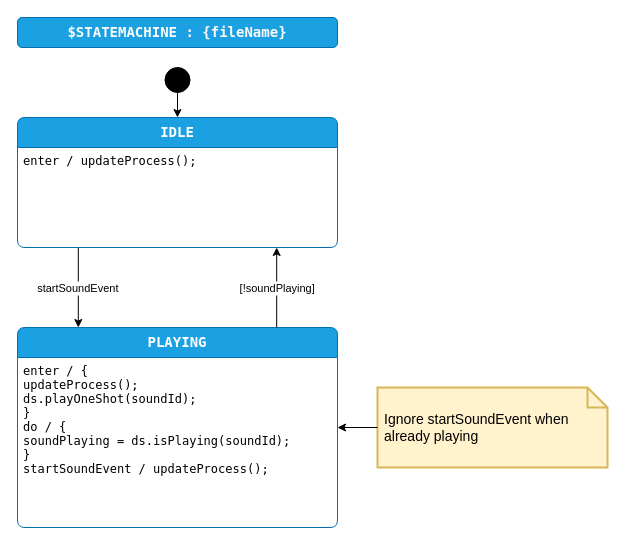
Earlier version of the draw.io diagram page "design" (1 of 3) of ss/Sm_Sound_Generated.drawio (mp-deboer/LegoTank). Source tidied: cells renumbered, new cells numbered last; positions are measured from the earlier drawing's top-left corner, leaving out a move shared by most shapes. Both pictures are drawn from the tidied source at 100%, with x=0, y=0 at pixel (17, 17).
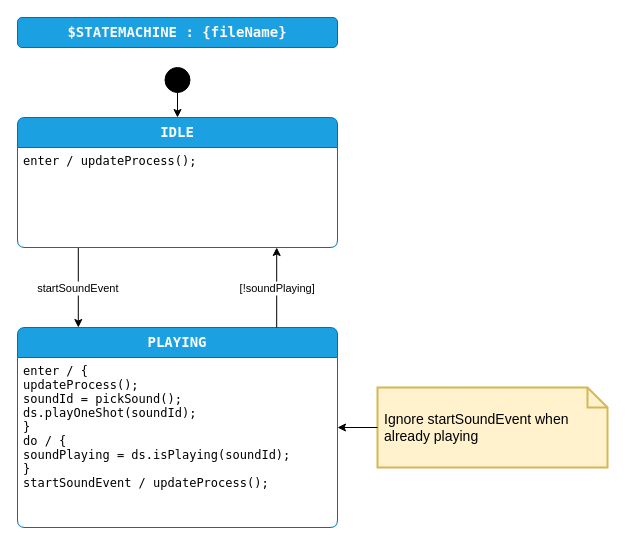
After the change.

Diff of the diagram source:
```diff
@@
 <mxGraphModel>
   <root>
     <mxCell id="0" />
     <mxCell id="1" parent="0" />
     <mxCell id="2" style="rounded=0;jettySize=auto;exitX=0.5;exitY=1;exitDx=0;exitDy=0;" parent="1" edge="1" source="3" target="5">
       <mxGeometry relative="1" as="geometry" />
     </mxCell>
     <mxCell id="3" value="$initial_state" style="shape=ellipse;fillColor=#000000;noLabel=1;" parent="1" vertex="1">
       <mxGeometry x="147.5" y="50" width="25" height="25" as="geometry" />
     </mxCell>
     <mxCell id="4" value="startSoundEvent" style="edgeStyle=orthogonalEdgeStyle;rounded=0;jettySize=auto;exitX=0.19;exitY=1;exitDx=0;exitDy=0;exitPerimeter=0;entryX=0.19;entryY=0;entryDx=0;entryDy=0;entryPerimeter=0;" parent="1" edge="1" source="5" target="7">
       <mxGeometry relative="1" as="geometry" />
     </mxCell>
     <mxCell id="5" value="IDLE" style="shape=swimlane;align=center;verticalAlign=top;fontFamily=Lucida Console;startSize=30;fontSize=14;fontStyle=1;fontColor=#ffffff;fillColor=#1ba1e2;swimlaneFillColor=default;rounded=1;arcSize=15;absoluteArcSize=1;points=[[0,0,0,0,0],[0,0.06,0,0,0],[0,0.13,0,0,0],[0,0.19,0,0,0],[0,0.25,0,0,0],[0,0.31,0,0,0],[0,0.38,0,0,0],[0,0.44,0,0,0],[0,0.5,0,0,0],[0,0.56,0,0,0],[0,0.63,0,0,0],[0,0.69,0,0,0],[0,0.75,0,0,0],[0,0.81,0,0,0],[0,0.88,0,0,0],[0,0.94,0,0,0],[0,1,0,0,0],[0.06,0,0,0,0],[0.06,1,0,0,0],[0.13,0,0,0,0],[0.13,1,0,0,0],[0.19,0,0,0,0],[0.19,1,0,0,0],[0.25,0,0,0,0],[0.25,1,0,0,0],[0.31,0,0,0,0],[0.31,1,0,0,0],[0.38,0,0,0,0],[0.38,1,0,0,0],[0.44,0,0,0,0],[0.44,1,0,0,0],[0.5,0,0,0,0],[0.5,1,0,0,0],[0.56,0,0,0,0],[0.56,1,0,0,0],[0.63,0,0,0,0],[0.63,1,0,0,0],[0.69,0,0,0,0],[0.69,1,0,0,0],[0.75,0,0,0,0],[0.75,1,0,0,0],[0.81,0,0,0,0],[0.81,1,0,0,0],[0.88,0,0,0,0],[0.88,1,0,0,0],[0.94,0,0,0,0],[0.94,1,0,0,0],[1,0,0,0,0],[1,0.06,0,0,0],[1,0.13,0,0,0],[1,0.19,0,0,0],[1,0.25,0,0,0],[1,0.31,0,0,0],[1,0.38,0,0,0],[1,0.44,0,0,0],[1,0.5,0,0,0],[1,0.56,0,0,0],[1,0.63,0,0,0],[1,0.69,0,0,0],[1,0.75,0,0,0],[1,0.81,0,0,0],[1,0.88,0,0,0],[1,0.94,0,0,0],[1,1,0,0,0]];strokeColor=#006EAF;" parent="1" vertex="1">
       <mxGeometry y="100" width="320" height="130" as="geometry" />
     </mxCell>
     <mxCell id="6" value="enter / updateProcess();" style="fontFamily=Lucida Console;align=left;verticalAlign=top;fillColor=none;gradientColor=none;strokeColor=none;rounded=0;spacingLeft=4;" parent="5" vertex="1">
       <mxGeometry y="30" width="200" height="30" as="geometry" />
     </mxCell>
     <mxCell id="7" value="PLAYING" style="shape=swimlane;align=center;verticalAlign=top;fontFamily=Lucida Console;startSize=30;fontSize=14;fontStyle=1;fontColor=#ffffff;fillColor=#1ba1e2;swimlaneFillColor=default;rounded=1;arcSize=15;absoluteArcSize=1;points=[[0,0,0,0,0],[0,0.06,0,0,0],[0,0.13,0,0,0],[0,0.19,0,0,0],[0,0.25,0,0,0],[0,0.31,0,0,0],[0,0.38,0,0,0],[0,0.44,0,0,0],[0,0.5,0,0,0],[0,0.56,0,0,0],[0,0.63,0,0,0],[0,0.69,0,0,0],[0,0.75,0,0,0],[0,0.81,0,0,0],[0,0.88,0,0,0],[0,0.94,0,0,0],[0,1,0,0,0],[0.06,0,0,0,0],[0.06,1,0,0,0],[0.13,0,0,0,0],[0.13,1,0,0,0],[0.19,0,0,0,0],[0.19,1,0,0,0],[0.25,0,0,0,0],[0.25,1,0,0,0],[0.31,0,0,0,0],[0.31,1,0,0,0],[0.38,0,0,0,0],[0.38,1,0,0,0],[0.44,0,0,0,0],[0.44,1,0,0,0],[0.5,0,0,0,0],[0.5,1,0,0,0],[0.56,0,0,0,0],[0.56,1,0,0,0],[0.63,0,0,0,0],[0.63,1,0,0,0],[0.69,0,0,0,0],[0.69,1,0,0,0],[0.75,0,0,0,0],[0.75,1,0,0,0],[0.81,0,0,0,0],[0.81,1,0,0,0],[0.88,0,0,0,0],[0.88,1,0,0,0],[0.94,0,0,0,0],[0.94,1,0,0,0],[1,0,0,0,0],[1,0.06,0,0,0],[1,0.13,0,0,0],[1,0.19,0,0,0],[1,0.25,0,0,0],[1,0.31,0,0,0],[1,0.38,0,0,0],[1,0.44,0,0,0],[1,0.5,0,0,0],[1,0.56,0,0,0],[1,0.63,0,0,0],[1,0.69,0,0,0],[1,0.75,0,0,0],[1,0.81,0,0,0],[1,0.88,0,0,0],[1,0.94,0,0,0],[1,1,0,0,0]];strokeColor=#006EAF;" parent="1" vertex="1">
       <mxGeometry y="310" width="320" height="200" as="geometry" />
     </mxCell>
-    <mxCell id="8" value="enter / {&#10;updateProcess();&#10;ds.playOneShot(soundId);&#10;}&#10;do / {&#10;soundPlaying = ds.isPlaying(soundId);&#10;}&#10;startSoundEvent / updateProcess();" style="fontFamily=Lucida Console;align=left;verticalAlign=top;fillColor=none;gradientColor=none;strokeColor=none;rounded=0;spacingLeft=4;" parent="7" vertex="1">
-      <mxGeometry y="30" width="290" height="130" as="geometry" />
+    <mxCell id="8" value="enter / {&#10;updateProcess();&#10;soundId = pickSound();&#10;ds.playOneShot(soundId);&#10;}&#10;do / {&#10;soundPlaying = ds.isPlaying(soundId);&#10;}&#10;startSoundEvent / updateProcess();" style="fontFamily=Lucida Console;align=left;verticalAlign=top;fillColor=none;gradientColor=none;strokeColor=none;rounded=0;spacingLeft=4;" parent="7" vertex="1">
+      <mxGeometry y="30" width="290" height="140" as="geometry" />
     </mxCell>
     <mxCell id="9" value="[!soundPlaying]" style="edgeStyle=orthogonalEdgeStyle;rounded=0;jettySize=auto;exitX=0.81;exitY=0;exitDx=0;exitDy=0;exitPerimeter=0;entryX=0.81;entryY=1;entryDx=0;entryDy=0;entryPerimeter=0;align=center;" parent="1" edge="1" source="7" target="5">
       <mxGeometry y="-1" relative="1" as="geometry" />
     </mxCell>
     <mxCell id="10" value="&lt;span style=&quot;color: rgb(250, 250, 250); font-family: &amp;quot;Lucida Console&amp;quot;; font-size: 14px; font-weight: 700; text-wrap-mode: nowrap;&quot;&gt;$STATEMACHINE : {fileName}&lt;/span&gt;" style="rounded=1;whiteSpace=wrap;html=1;fillColor=#1ba1e2;fontColor=#ffffff;strokeColor=#006EAF;" parent="1" vertex="1">
       <mxGeometry width="320" height="30" as="geometry" />
     </mxCell>
     <mxCell id="11" value="Ignore startSoundEvent when already playing" style="shape=note;strokeWidth=2;fontSize=14;size=20;fillColor=#fff2cc;strokeColor=#d6b656;fontColor=light-dark(#000000,#000000);align=left;spacingLeft=5;labelBorderColor=none;labelBackgroundColor=none;whiteSpace=wrap;" parent="1" vertex="1">
       <mxGeometry x="360" y="370" width="230" height="80" as="geometry" />
     </mxCell>
     <mxCell id="12" style="edgeStyle=orthogonalEdgeStyle;rounded=0;jettySize=auto;html=1;entryX=1;entryY=0.5;entryDx=0;entryDy=0;entryPerimeter=0;" parent="1" edge="1" source="11" target="7">
       <mxGeometry relative="1" as="geometry" />
     </mxCell>
   </root>
 </mxGraphModel>
```
